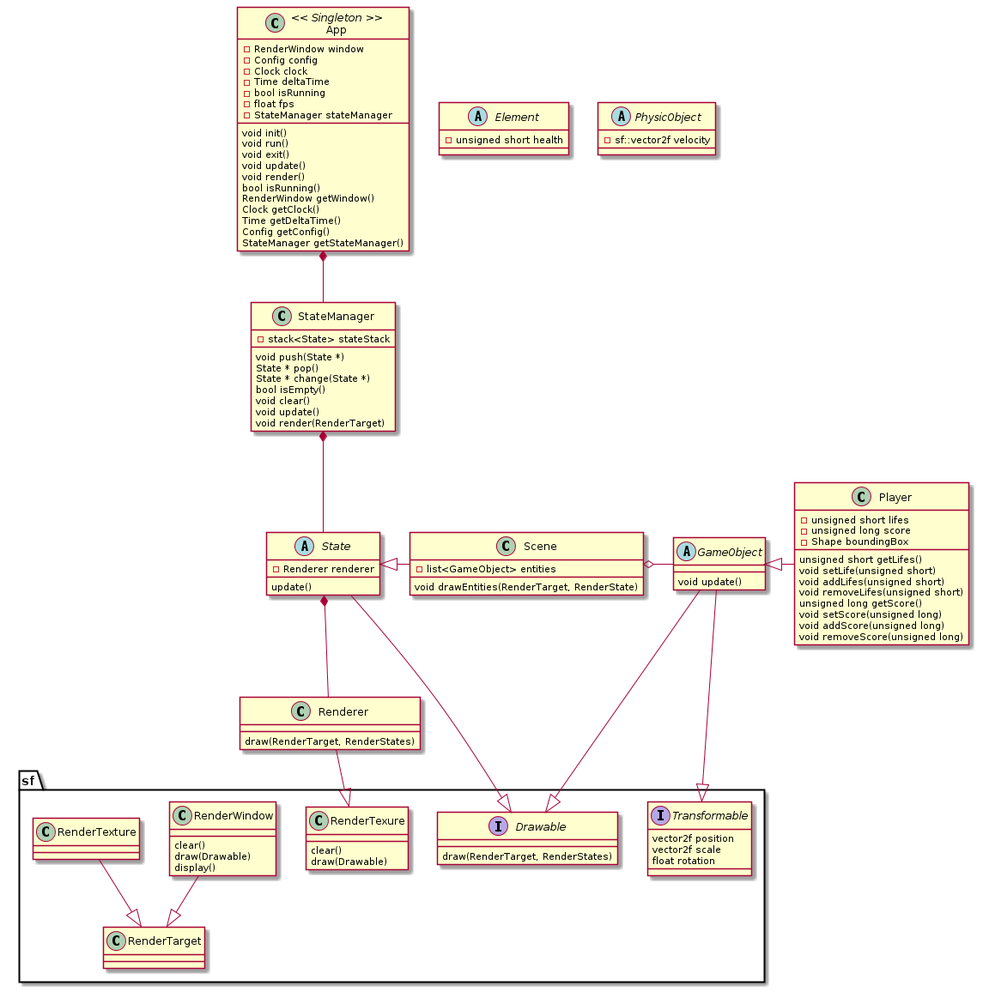
The PlantUML diagram examples/dodger/class_diagram.png in Pixotters/FROG, before a commit.
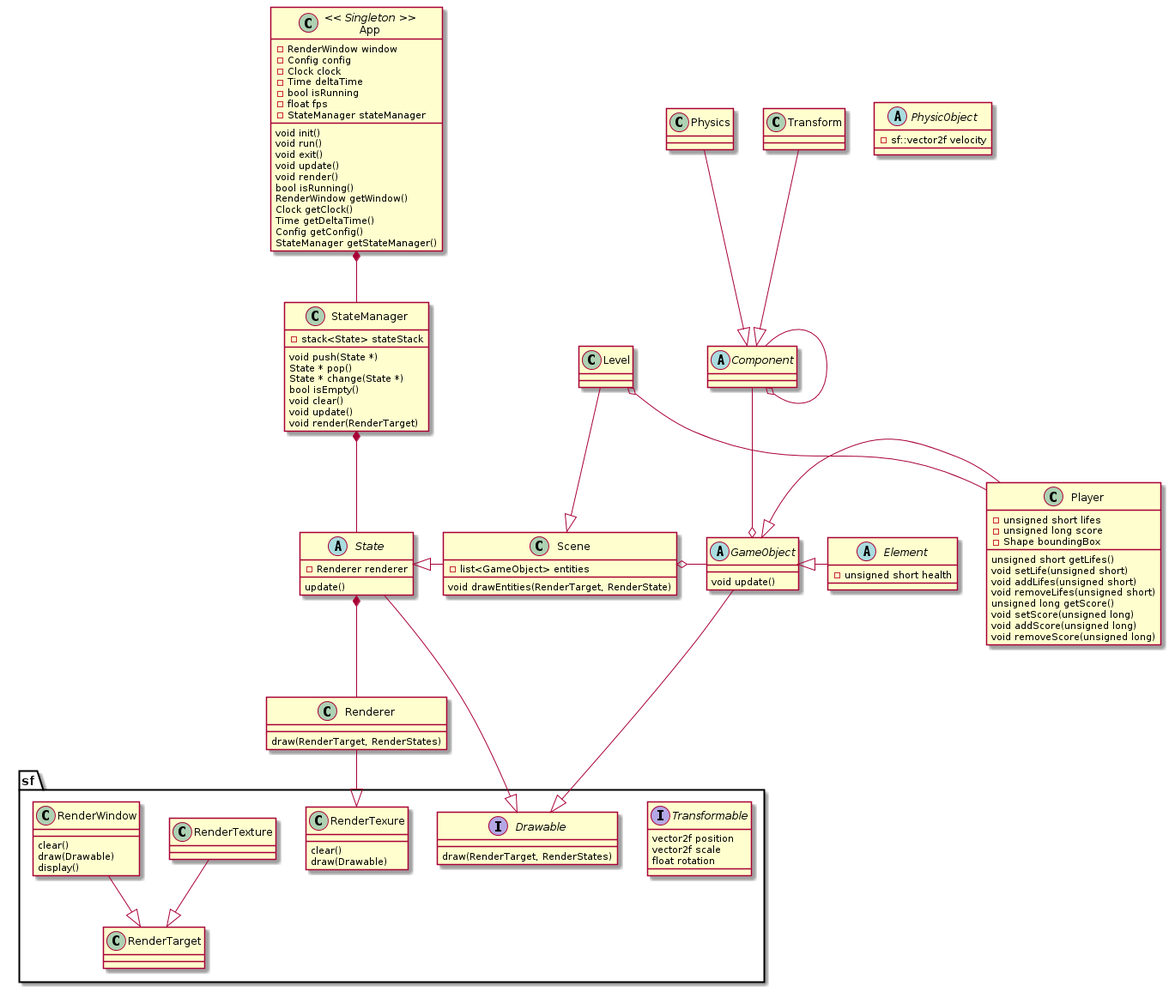
Above is the later version.

Commit message:
updated the diagram class to match the changes

Diff of the diagram source:
```diff
@@ -93,16 +93,25 @@
       -sf::vector2f velocity
 }
 
+abstract class Component{
+}
+
 App *-- StateManager
 StateManager *-- State
 State --|> sf.Drawable
 State *-- Renderer
 Renderer --|> sf.RenderTexure
 Scene -left-|> State
+Level --|> Scene
 Scene o-right- GameObject
-GameObject --|> sf.Transformable
 GameObject --|> sf.Drawable
 Player -left-|> GameObject
+Level o-- Player
+Component --o GameObject
+Component --o Component
+Transform --|> Component
+Physics --|> Component
+Element -left-|> GameObject
 sf.RenderWindow --|> sf.RenderTarget
 sf.RenderTexture --|> sf.RenderTarget
 
```
